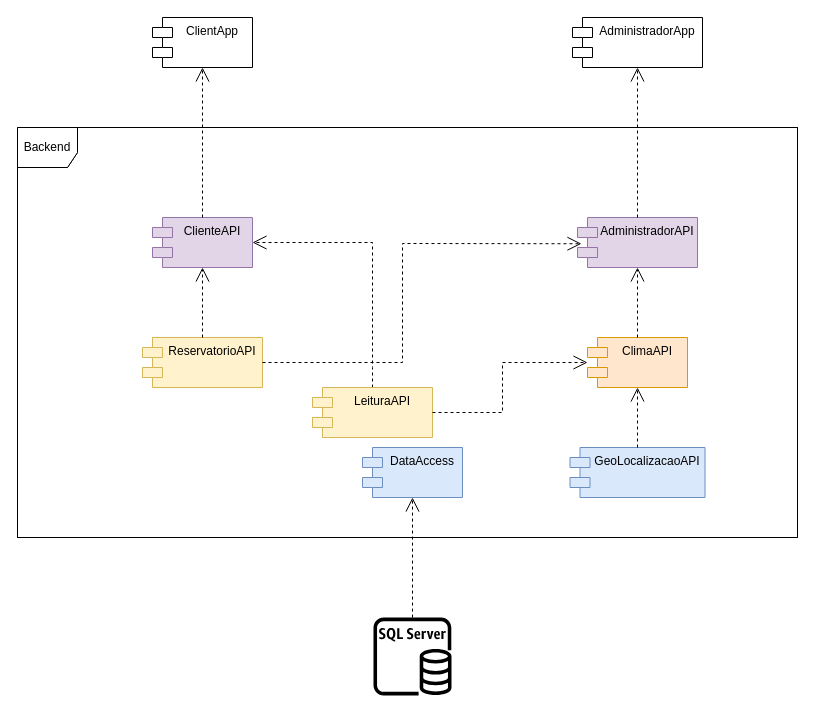
This is appentrega.drawio from jvbrandao18/Trabalhos-da-faculdade, a draw.io file, before an edit. Source tidied: cells renumbered, new cells numbered last; positions are measured from the earlier drawing's top-left corner, leaving out a move shared by most shapes. Both pictures are drawn from the tidied source at 100%, with x=0, y=0 at pixel (17, 17).
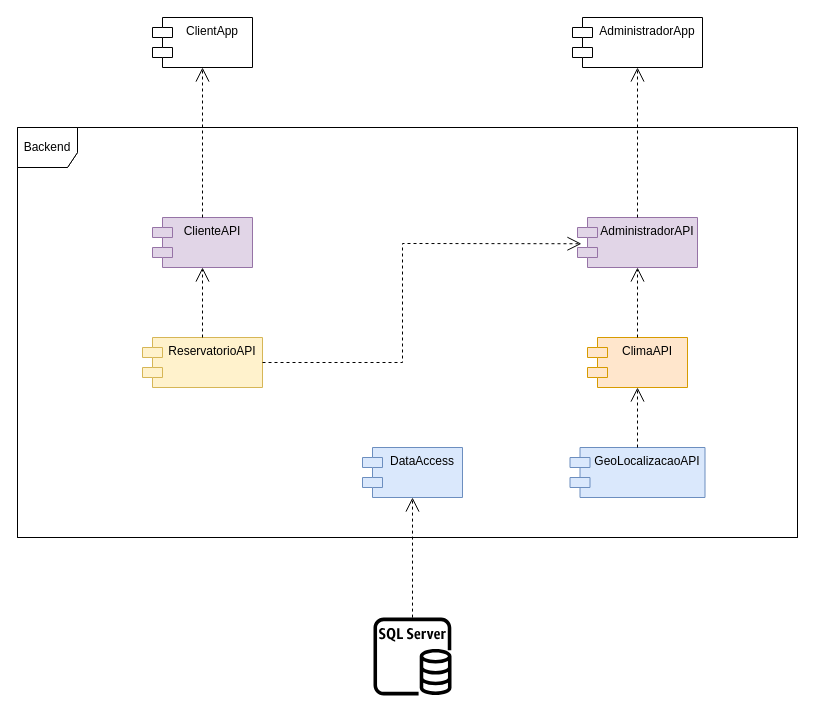
After the change.

Unchanged cells that the change refers to:
```xml
<mxCell id="8" value="ClienteAPI" style="shape=module;align=left;spacingLeft=20;align=center;verticalAlign=top;fillColor=#e1d5e7;strokeColor=#9673a6;" parent="1" vertex="1">
  <mxGeometry x="135" y="200" width="100" height="50" as="geometry" />
</mxCell>
<mxCell id="12" value="ClimaAPI" style="shape=module;align=left;spacingLeft=20;align=center;verticalAlign=top;fillColor=#ffe6cc;strokeColor=#d79b00;" parent="1" vertex="1">
  <mxGeometry x="570" y="320" width="100" height="50" as="geometry" />
</mxCell>
```

The edit, as a diff of the source:
```diff
@@
-    <mxCell id="4" style="endArrow=open;endSize=12;dashed=1;html=1;rounded=0;entryX=1;entryY=0.5;entryDx=0;entryDy=0;" parent="1" edge="1" source="21" target="8">
-      <mxGeometry relative="1" as="geometry">
-        <Array as="points">
-          <mxPoint x="355" y="350" />
-          <mxPoint x="355" y="225" />
-        </Array>
-      </mxGeometry>
-    </mxCell>
@@
-    <mxCell id="21" value="LeituraAPI" style="shape=module;align=left;spacingLeft=20;align=center;verticalAlign=top;fillColor=#fff2cc;strokeColor=#d6b656;" parent="1" vertex="1">
-      <mxGeometry x="295" y="370" width="120" height="50" as="geometry" />
-    </mxCell>
-    <mxCell id="22" style="endArrow=open;endSize=12;dashed=1;html=1;rounded=0;" parent="1" edge="1" source="21" target="12">
-      <mxGeometry relative="1" as="geometry">
-        <Array as="points">
-          <mxPoint x="485" y="395" />
-          <mxPoint x="485" y="345" />
-        </Array>
-      </mxGeometry>
-    </mxCell>
```
